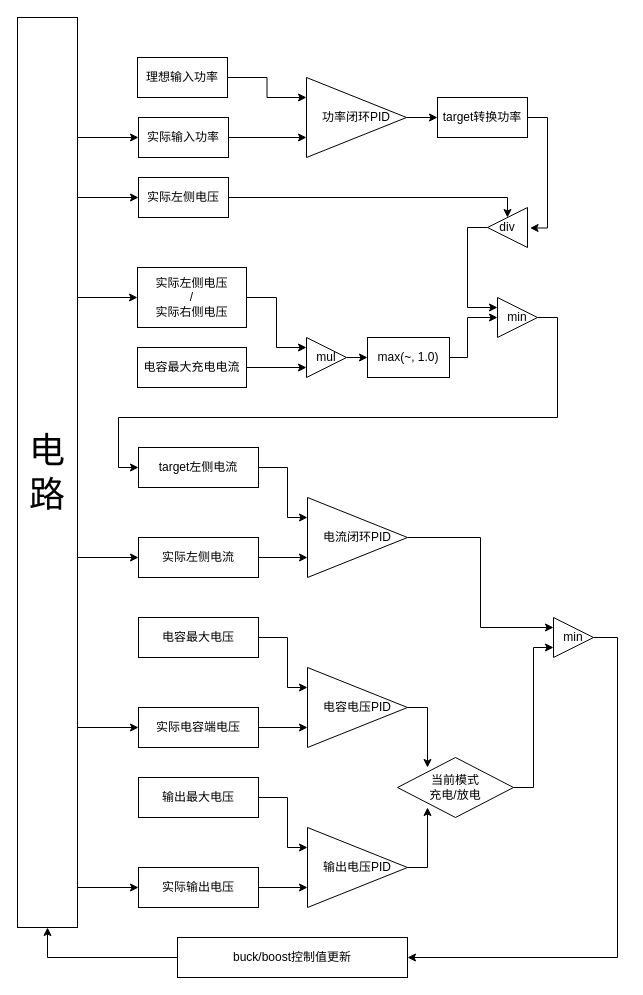
The draw.io diagram pid-flowchart.drawio in X-Green/Super-Cap-Notes-2023, before the edit. Source tidied: cells renumbered, new cells numbered last; positions are measured from the earlier drawing's top-left corner, leaving out a move shared by most shapes. Both pictures are drawn from the tidied source at 100%, with x=0, y=0 at pixel (17, 17).
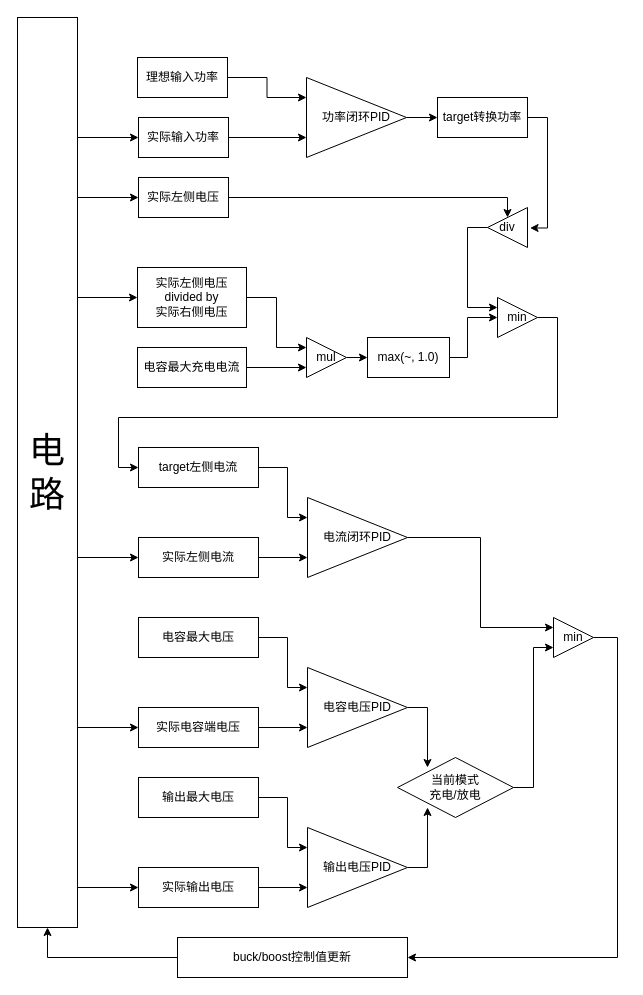
The same diagram, later.

Commit message (it also covers changes not shown here):
pid flowchart fix

Change to the diagram source:
```diff
@@
-    <mxCell id="42" value="实际左侧电压&lt;br&gt;/&lt;br&gt;实际右侧电压" style="rounded=0;whiteSpace=wrap;html=1;" parent="1" vertex="1">
+    <mxCell id="42" value="实际左侧电压&lt;br&gt;divided by&lt;br&gt;实际右侧电压" style="rounded=0;whiteSpace=wrap;html=1;" parent="1" vertex="1">
       <mxGeometry x="120" y="250" width="109" height="60" as="geometry" />
     </mxCell>
```
